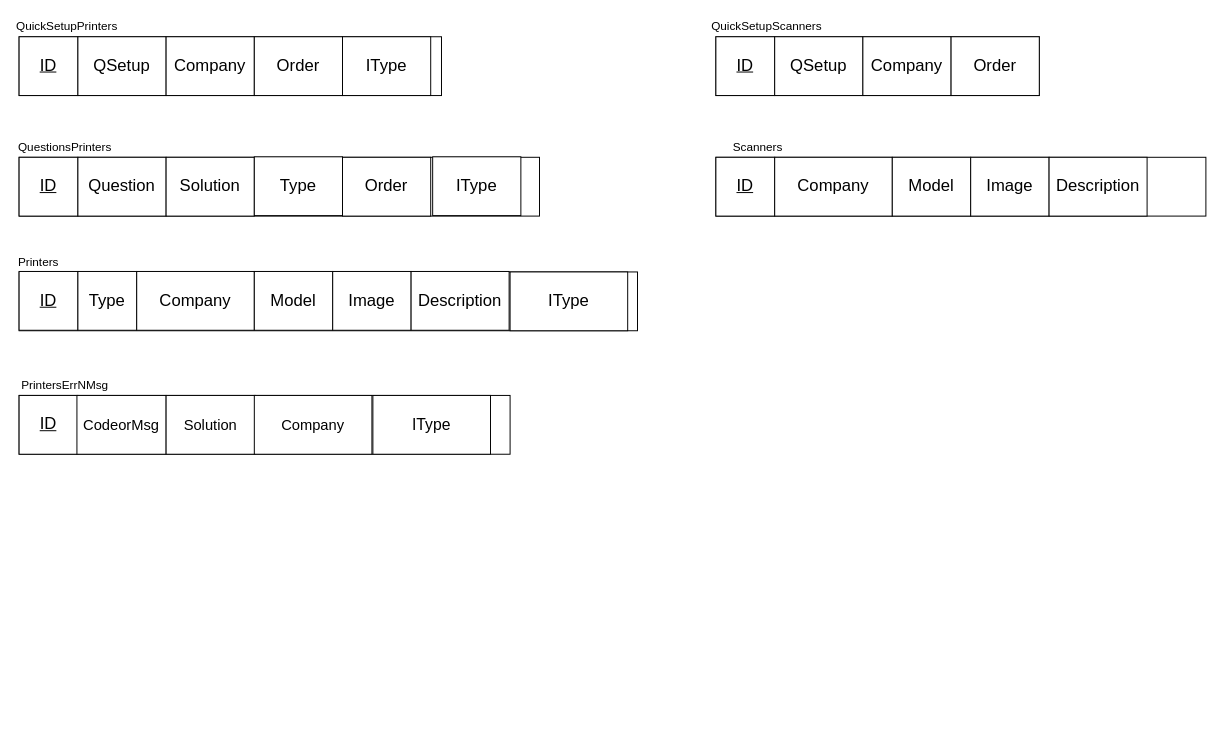
SarahAminn/FixBoxExpertSystem keeps this draw.io diagram as SchemaDiagram.drawio. Above is the earlier version. Source tidied: cells renumbered, new cells numbered last; positions are measured from the earlier drawing's top-left corner, leaving out a move shared by most shapes. Both pictures are drawn from the tidied source at 98%, with x=0, y=0 at pixel (19, 17).
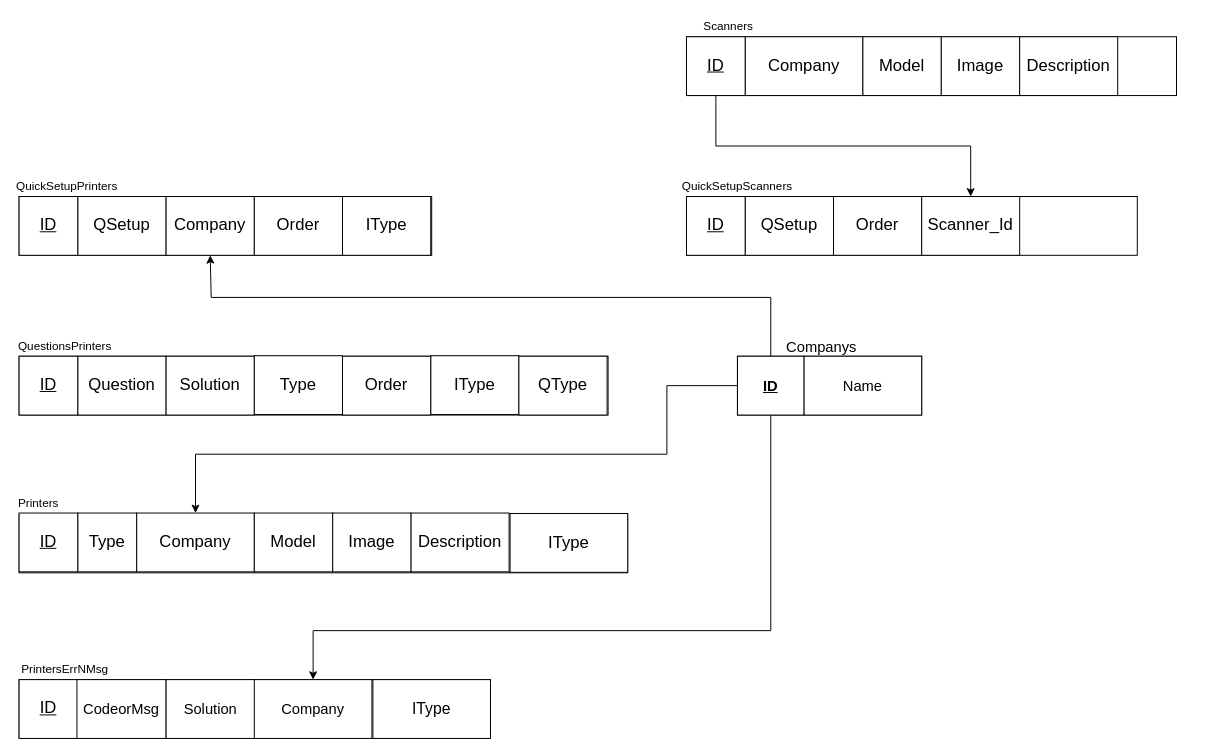
The same diagram, later.

Commit message:
Added SchemaDiagram.drawio printers finish

Change to the diagram source:
```diff
@@
     <mxCell id="2" style="rounded=0;whiteSpace=wrap;html=1;" parent="1" vertex="1">
-      <mxGeometry y="20" width="431" height="60" as="geometry" />
+      <mxGeometry y="183" width="421" height="60" as="geometry" />
     </mxCell>
     <mxCell id="3" value="QuickSetupPrinters" style="text;html=1;strokeColor=none;fillColor=none;align=center;verticalAlign=middle;whiteSpace=wrap;rounded=0;" parent="1" vertex="1">
-      <mxGeometry x="29" width="40" height="20" as="geometry" />
+      <mxGeometry x="29" y="163" width="40" height="20" as="geometry" />
     </mxCell>
     <mxCell id="4" value="&lt;u&gt;&lt;font style=&quot;font-size: 17px&quot;&gt;ID&lt;/font&gt;&lt;/u&gt;" style="rounded=0;whiteSpace=wrap;html=1;" parent="1" vertex="1">
-      <mxGeometry y="20" width="60" height="60" as="geometry" />
+      <mxGeometry y="183" width="60" height="60" as="geometry" />
     </mxCell>
     <mxCell id="5" value="&lt;span&gt;&lt;font style=&quot;font-size: 17px&quot;&gt;QSetup&lt;/font&gt;&lt;/span&gt;" style="rounded=0;whiteSpace=wrap;html=1;fontStyle=0;" parent="1" vertex="1">
-      <mxGeometry x="60" y="20" width="90" height="60" as="geometry" />
+      <mxGeometry x="60" y="183" width="90" height="60" as="geometry" />
     </mxCell>
     <mxCell id="6" value="&lt;span&gt;&lt;font style=&quot;font-size: 17px&quot;&gt;Company&lt;/font&gt;&lt;/span&gt;" style="rounded=0;whiteSpace=wrap;html=1;fontStyle=0;" parent="1" vertex="1">
-      <mxGeometry x="150" y="20" width="90" height="60" as="geometry" />
+      <mxGeometry x="150" y="183" width="90" height="60" as="geometry" />
     </mxCell>
     <mxCell id="7" value="&lt;span&gt;&lt;font style=&quot;font-size: 17px&quot;&gt;Order&lt;/font&gt;&lt;/span&gt;" style="rounded=0;whiteSpace=wrap;html=1;fontStyle=0;" parent="1" vertex="1">
-      <mxGeometry x="240" y="20" width="90" height="60" as="geometry" />
+      <mxGeometry x="240" y="183" width="90" height="60" as="geometry" />
     </mxCell>
     <mxCell id="8" value="&lt;span style=&quot;font-size: 17px&quot;&gt;IType&lt;/span&gt;" style="rounded=0;whiteSpace=wrap;html=1;fontStyle=0;" parent="1" vertex="1">
-      <mxGeometry x="330" y="20" width="90" height="60" as="geometry" />
+      <mxGeometry x="330" y="183" width="90" height="60" as="geometry" />
     </mxCell>
     <mxCell id="9" style="rounded=0;whiteSpace=wrap;html=1;" parent="1" vertex="1">
-      <mxGeometry y="260" width="631" height="60" as="geometry" />
+      <mxGeometry y="507" width="621" height="60" as="geometry" />
     </mxCell>
     <mxCell id="10" value="Printers" style="text;html=1;strokeColor=none;fillColor=none;align=center;verticalAlign=middle;whiteSpace=wrap;rounded=0;" parent="1" vertex="1">
-      <mxGeometry y="239.5" width="40" height="20" as="geometry" />
+      <mxGeometry y="486" width="40" height="20" as="geometry" />
     </mxCell>
     <mxCell id="11" value="&lt;u&gt;&lt;font style=&quot;font-size: 17px&quot;&gt;ID&lt;/font&gt;&lt;/u&gt;" style="rounded=0;whiteSpace=wrap;html=1;" parent="1" vertex="1">
-      <mxGeometry y="259.5" width="60" height="60" as="geometry" />
+      <mxGeometry y="506" width="60" height="60" as="geometry" />
     </mxCell>
     <mxCell id="12" value="&lt;span&gt;&lt;font style=&quot;font-size: 17px&quot;&gt;Type&lt;/font&gt;&lt;/span&gt;" style="rounded=0;whiteSpace=wrap;html=1;fontStyle=0;" parent="1" vertex="1">
-      <mxGeometry x="60" y="259.5" width="60" height="60" as="geometry" />
+      <mxGeometry x="60" y="506" width="60" height="60" as="geometry" />
     </mxCell>
     <mxCell id="13" value="&lt;span&gt;&lt;font style=&quot;font-size: 17px&quot;&gt;Company&lt;/font&gt;&lt;/span&gt;" style="rounded=0;whiteSpace=wrap;html=1;fontStyle=0;" parent="1" vertex="1">
-      <mxGeometry x="120" y="259.5" width="120" height="60" as="geometry" />
+      <mxGeometry x="120" y="506" width="120" height="60" as="geometry" />
     </mxCell>
     <mxCell id="14" value="&lt;span&gt;&lt;font style=&quot;font-size: 17px&quot;&gt;Model&lt;/font&gt;&lt;/span&gt;" style="rounded=0;whiteSpace=wrap;html=1;fontStyle=0;" parent="1" vertex="1">
-      <mxGeometry x="240" y="259.5" width="80" height="60" as="geometry" />
+      <mxGeometry x="240" y="506" width="80" height="60" as="geometry" />
     </mxCell>
     <mxCell id="15" value="&lt;span&gt;&lt;font style=&quot;font-size: 17px&quot;&gt;Image&lt;/font&gt;&lt;/span&gt;" style="rounded=0;whiteSpace=wrap;html=1;fontStyle=0;" parent="1" vertex="1">
-      <mxGeometry x="320" y="259.5" width="80" height="60" as="geometry" />
+      <mxGeometry x="320" y="506" width="80" height="60" as="geometry" />
     </mxCell>
     <mxCell id="16" value="&lt;span&gt;&lt;font style=&quot;font-size: 17px&quot;&gt;Description&lt;/font&gt;&lt;/span&gt;" style="rounded=0;whiteSpace=wrap;html=1;fontStyle=0;" parent="1" vertex="1">
-      <mxGeometry x="400" y="259.5" width="100" height="60" as="geometry" />
+      <mxGeometry x="400" y="506" width="100" height="60" as="geometry" />
     </mxCell>
     <mxCell id="17" value="&lt;span&gt;&lt;font style=&quot;font-size: 17px&quot;&gt;IType&lt;/font&gt;&lt;/span&gt;" style="rounded=0;whiteSpace=wrap;html=1;fontStyle=0;" parent="1" vertex="1">
-      <mxGeometry x="501" y="260" width="120" height="60" as="geometry" />
+      <mxGeometry x="501" y="506.5" width="120" height="60" as="geometry" />
     </mxCell>
     <mxCell id="18" style="rounded=0;whiteSpace=wrap;html=1;" parent="1" vertex="1">
-      <mxGeometry y="143" width="531" height="60" as="geometry" />
+      <mxGeometry y="346" width="601" height="60" as="geometry" />
     </mxCell>
     <mxCell id="19" value="QuestionsPrinters" style="text;html=1;strokeColor=none;fillColor=none;align=center;verticalAlign=middle;whiteSpace=wrap;rounded=0;" parent="1" vertex="1">
-      <mxGeometry x="27" y="123" width="40" height="20" as="geometry" />
+      <mxGeometry x="27" y="326" width="40" height="20" as="geometry" />
     </mxCell>
     <mxCell id="20" value="&lt;u&gt;&lt;font style=&quot;font-size: 17px&quot;&gt;ID&lt;/font&gt;&lt;/u&gt;" style="rounded=0;whiteSpace=wrap;html=1;" parent="1" vertex="1">
-      <mxGeometry y="143" width="60" height="60" as="geometry" />
+      <mxGeometry y="346" width="60" height="60" as="geometry" />
     </mxCell>
     <mxCell id="21" value="&lt;span&gt;&lt;font style=&quot;font-size: 17px&quot;&gt;Question&lt;/font&gt;&lt;/span&gt;" style="rounded=0;whiteSpace=wrap;html=1;fontStyle=0;" parent="1" vertex="1">
-      <mxGeometry x="60" y="143" width="90" height="60" as="geometry" />
+      <mxGeometry x="60" y="346" width="90" height="60" as="geometry" />
     </mxCell>
     <mxCell id="22" value="&lt;span&gt;&lt;font style=&quot;font-size: 17px&quot;&gt;IType&lt;/font&gt;&lt;/span&gt;" style="rounded=0;whiteSpace=wrap;html=1;fontStyle=0;" parent="1" vertex="1">
-      <mxGeometry x="422" y="142.5" width="90" height="60" as="geometry" />
+      <mxGeometry x="420" y="345.5" width="90" height="60" as="geometry" />
     </mxCell>
     <mxCell id="23" value="&lt;span&gt;&lt;font style=&quot;font-size: 17px&quot;&gt;Solution&lt;/font&gt;&lt;/span&gt;" style="rounded=0;whiteSpace=wrap;html=1;fontStyle=0;" parent="1" vertex="1">
-      <mxGeometry x="150" y="143" width="90" height="60" as="geometry" />
+      <mxGeometry x="150" y="346" width="90" height="60" as="geometry" />
     </mxCell>
     <mxCell id="24" value="&lt;span&gt;&lt;font style=&quot;font-size: 17px&quot;&gt;Type&lt;/font&gt;&lt;/span&gt;" style="rounded=0;whiteSpace=wrap;html=1;fontStyle=0;" parent="1" vertex="1">
-      <mxGeometry x="240" y="142.5" width="90" height="60" as="geometry" />
+      <mxGeometry x="240" y="345.5" width="90" height="60" as="geometry" />
     </mxCell>
     <mxCell id="25" value="&lt;span&gt;&lt;font style=&quot;font-size: 17px&quot;&gt;Order&lt;/font&gt;&lt;/span&gt;" style="rounded=0;whiteSpace=wrap;html=1;fontStyle=0;" parent="1" vertex="1">
-      <mxGeometry x="330" y="143" width="90" height="60" as="geometry" />
+      <mxGeometry x="330" y="346" width="90" height="60" as="geometry" />
     </mxCell>
     <mxCell id="26" style="rounded=0;whiteSpace=wrap;html=1;" parent="1" vertex="1">
-      <mxGeometry x="711" y="143" width="500" height="60" as="geometry" />
+      <mxGeometry x="681" y="20" width="500" height="60" as="geometry" />
     </mxCell>
     <mxCell id="27" value="Scanners" style="text;html=1;strokeColor=none;fillColor=none;align=center;verticalAlign=middle;whiteSpace=wrap;rounded=0;" parent="1" vertex="1">
-      <mxGeometry x="734" y="123" width="40" height="20" as="geometry" />
+      <mxGeometry x="704" width="40" height="20" as="geometry" />
     </mxCell>
+    <mxCell id="46" style="edgeStyle=orthogonalEdgeStyle;rounded=0;jettySize=auto;html=1;exitX=0.5;exitY=1;exitDx=0;exitDy=0;entryX=0.5;entryY=0;entryDx=0;entryDy=0;fontSize=15;" parent="1" edge="1" source="28" target="47">
+      <mxGeometry relative="1" as="geometry" />
+    </mxCell>
     <mxCell id="28" value="&lt;u&gt;&lt;font style=&quot;font-size: 17px&quot;&gt;ID&lt;/font&gt;&lt;/u&gt;" style="rounded=0;whiteSpace=wrap;html=1;" parent="1" vertex="1">
-      <mxGeometry x="711" y="143" width="60" height="60" as="geometry" />
+      <mxGeometry x="681" y="20" width="60" height="60" as="geometry" />
     </mxCell>
     <mxCell id="29" value="&lt;span&gt;&lt;font style=&quot;font-size: 17px&quot;&gt;Company&lt;/font&gt;&lt;/span&gt;" style="rounded=0;whiteSpace=wrap;html=1;fontStyle=0;" parent="1" vertex="1">
-      <mxGeometry x="771" y="143" width="120" height="60" as="geometry" />
+      <mxGeometry x="741" y="20" width="120" height="60" as="geometry" />
     </mxCell>
     <mxCell id="30" value="&lt;span&gt;&lt;font style=&quot;font-size: 17px&quot;&gt;Model&lt;/font&gt;&lt;/span&gt;" style="rounded=0;whiteSpace=wrap;html=1;fontStyle=0;" parent="1" vertex="1">
-      <mxGeometry x="891" y="143" width="80" height="60" as="geometry" />
+      <mxGeometry x="861" y="20" width="80" height="60" as="geometry" />
     </mxCell>
     <mxCell id="31" value="&lt;span&gt;&lt;font style=&quot;font-size: 17px&quot;&gt;Image&lt;/font&gt;&lt;/span&gt;" style="rounded=0;whiteSpace=wrap;html=1;fontStyle=0;" parent="1" vertex="1">
-      <mxGeometry x="971" y="143" width="80" height="60" as="geometry" />
+      <mxGeometry x="941" y="20" width="80" height="60" as="geometry" />
     </mxCell>
     <mxCell id="32" value="&lt;span&gt;&lt;font style=&quot;font-size: 17px&quot;&gt;Description&lt;/font&gt;&lt;/span&gt;" style="rounded=0;whiteSpace=wrap;html=1;fontStyle=0;" parent="1" vertex="1">
-      <mxGeometry x="1051" y="143" width="100" height="60" as="geometry" />
+      <mxGeometry x="1021" y="20" width="100" height="60" as="geometry" />
     </mxCell>
     <mxCell id="33" style="rounded=0;whiteSpace=wrap;html=1;" parent="1" vertex="1">
-      <mxGeometry x="711" y="20" width="330" height="60" as="geometry" />
+      <mxGeometry x="681" y="183" width="460" height="60" as="geometry" />
     </mxCell>
     <mxCell id="34" value="QuickSetupScanners" style="text;html=1;strokeColor=none;fillColor=none;align=center;verticalAlign=middle;whiteSpace=wrap;rounded=0;" parent="1" vertex="1">
-      <mxGeometry x="743" width="40" height="20" as="geometry" />
+      <mxGeometry x="713" y="163" width="40" height="20" as="geometry" />
     </mxCell>
     <mxCell id="35" value="&lt;u&gt;&lt;font style=&quot;font-size: 17px&quot;&gt;ID&lt;/font&gt;&lt;/u&gt;" style="rounded=0;whiteSpace=wrap;html=1;" parent="1" vertex="1">
-      <mxGeometry x="711" y="20" width="60" height="60" as="geometry" />
+      <mxGeometry x="681" y="183" width="60" height="60" as="geometry" />
     </mxCell>
     <mxCell id="36" value="&lt;span&gt;&lt;font style=&quot;font-size: 17px&quot;&gt;QSetup&lt;/font&gt;&lt;/span&gt;" style="rounded=0;whiteSpace=wrap;html=1;fontStyle=0;" parent="1" vertex="1">
-      <mxGeometry x="771" y="20" width="90" height="60" as="geometry" />
+      <mxGeometry x="741" y="183" width="90" height="60" as="geometry" />
     </mxCell>
-    <mxCell id="37" value="&lt;span&gt;&lt;font style=&quot;font-size: 17px&quot;&gt;Company&lt;/font&gt;&lt;/span&gt;" style="rounded=0;whiteSpace=wrap;html=1;fontStyle=0;" parent="1" vertex="1">
-      <mxGeometry x="861" y="20" width="90" height="60" as="geometry" />
-    </mxCell>
     <mxCell id="38" value="&lt;span&gt;&lt;font style=&quot;font-size: 17px&quot;&gt;Order&lt;/font&gt;&lt;/span&gt;" style="rounded=0;whiteSpace=wrap;html=1;fontStyle=0;" parent="1" vertex="1">
-      <mxGeometry x="951" y="20" width="90" height="60" as="geometry" />
+      <mxGeometry x="831" y="183" width="90" height="60" as="geometry" />
     </mxCell>
     <mxCell id="39" style="rounded=0;whiteSpace=wrap;html=1;" parent="1" vertex="1">
-      <mxGeometry y="386" width="501" height="60" as="geometry" />
+      <mxGeometry y="676" width="481" height="60" as="geometry" />
     </mxCell>
     <mxCell id="40" value="PrintersErrNMsg" style="text;html=1;strokeColor=none;fillColor=none;align=center;verticalAlign=middle;whiteSpace=wrap;rounded=0;" parent="1" vertex="1">
-      <mxGeometry x="27" y="366" width="40" height="20" as="geometry" />
+      <mxGeometry x="27" y="656" width="40" height="20" as="geometry" />
     </mxCell>
     <mxCell id="41" value="&lt;u&gt;&lt;font style=&quot;font-size: 17px&quot;&gt;ID&lt;/font&gt;&lt;/u&gt;" style="rounded=0;whiteSpace=wrap;html=1;" parent="1" vertex="1">
-      <mxGeometry y="386" width="60" height="60" as="geometry" />
+      <mxGeometry y="676" width="60" height="60" as="geometry" />
     </mxCell>
     <mxCell id="42" value="CodeorMsg" style="rounded=0;whiteSpace=wrap;html=1;fontSize=15;" parent="1" vertex="1">
-      <mxGeometry x="59" y="386" width="91" height="60" as="geometry" />
+      <mxGeometry x="59" y="676" width="91" height="60" as="geometry" />
     </mxCell>
     <mxCell id="43" value="Solution" style="rounded=0;whiteSpace=wrap;html=1;fontSize=15;" parent="1" vertex="1">
-      <mxGeometry x="150" y="386" width="91" height="60" as="geometry" />
+      <mxGeometry x="150" y="676" width="91" height="60" as="geometry" />
     </mxCell>
     <mxCell id="44" value="Company" style="rounded=0;whiteSpace=wrap;html=1;fontSize=15;" parent="1" vertex="1">
-      <mxGeometry x="240" y="386" width="120" height="60" as="geometry" />
+      <mxGeometry x="240" y="676" width="120" height="60" as="geometry" />
     </mxCell>
     <mxCell id="45" value="IType" style="rounded=0;whiteSpace=wrap;html=1;fontSize=16;" parent="1" vertex="1">
-      <mxGeometry x="361" y="386" width="120" height="60" as="geometry" />
+      <mxGeometry x="361" y="676" width="120" height="60" as="geometry" />
     </mxCell>
+    <mxCell id="47" value="&lt;span&gt;&lt;font style=&quot;font-size: 17px&quot;&gt;Scanner_Id&lt;/font&gt;&lt;/span&gt;" style="rounded=0;whiteSpace=wrap;html=1;fontStyle=0;" parent="1" vertex="1">
+      <mxGeometry x="921" y="183" width="100" height="60" as="geometry" />
+    </mxCell>
+    <mxCell id="48" value="&lt;span&gt;&lt;font style=&quot;font-size: 17px&quot;&gt;QType&lt;/font&gt;&lt;/span&gt;" style="rounded=0;whiteSpace=wrap;html=1;fontStyle=0;" parent="1" vertex="1">
+      <mxGeometry x="510" y="346" width="90" height="60" as="geometry" />
+    </mxCell>
+    <mxCell id="49" style="rounded=0;whiteSpace=wrap;html=1;fontSize=15;" parent="1" vertex="1">
+      <mxGeometry x="733" y="346" width="188" height="60" as="geometry" />
+    </mxCell>
+    <mxCell id="50" value="Companys" style="text;html=1;strokeColor=none;fillColor=none;align=center;verticalAlign=middle;whiteSpace=wrap;rounded=0;fontSize=15;" parent="1" vertex="1">
+      <mxGeometry x="799" y="326" width="40" height="20" as="geometry" />
+    </mxCell>
+    <mxCell id="51" style="edgeStyle=orthogonalEdgeStyle;rounded=0;jettySize=auto;html=1;entryX=0.5;entryY=1;entryDx=0;entryDy=0;fontSize=15;" parent="1" edge="1" source="54" target="6">
+      <mxGeometry relative="1" as="geometry">
+        <Array as="points">
+          <mxPoint x="767" y="286" />
+          <mxPoint x="196" y="286" />
+        </Array>
+      </mxGeometry>
+    </mxCell>
+    <mxCell id="52" style="edgeStyle=orthogonalEdgeStyle;rounded=0;jettySize=auto;html=1;entryX=0.5;entryY=0;entryDx=0;entryDy=0;fontSize=15;" parent="1" edge="1" source="54" target="13">
+      <mxGeometry relative="1" as="geometry">
+        <Array as="points">
+          <mxPoint x="661" y="376" />
+          <mxPoint x="661" y="446" />
+          <mxPoint x="180" y="446" />
+        </Array>
+      </mxGeometry>
+    </mxCell>
+    <mxCell id="53" style="edgeStyle=orthogonalEdgeStyle;rounded=0;jettySize=auto;html=1;entryX=0.5;entryY=0;entryDx=0;entryDy=0;fontSize=15;" parent="1" edge="1" source="54" target="44">
+      <mxGeometry relative="1" as="geometry">
+        <Array as="points">
+          <mxPoint x="767" y="626" />
+          <mxPoint x="300" y="626" />
+        </Array>
+      </mxGeometry>
+    </mxCell>
+    <mxCell id="54" value="&lt;u&gt;ID&lt;/u&gt;" style="rounded=0;whiteSpace=wrap;html=1;fontSize=15;fontStyle=1;" parent="1" vertex="1">
+      <mxGeometry x="733" y="346" width="68" height="60" as="geometry" />
+    </mxCell>
+    <mxCell id="55" value="Name" style="rounded=0;whiteSpace=wrap;html=1;fontSize=15;" parent="1" vertex="1">
+      <mxGeometry x="801" y="346" width="120" height="60" as="geometry" />
+    </mxCell>
```
